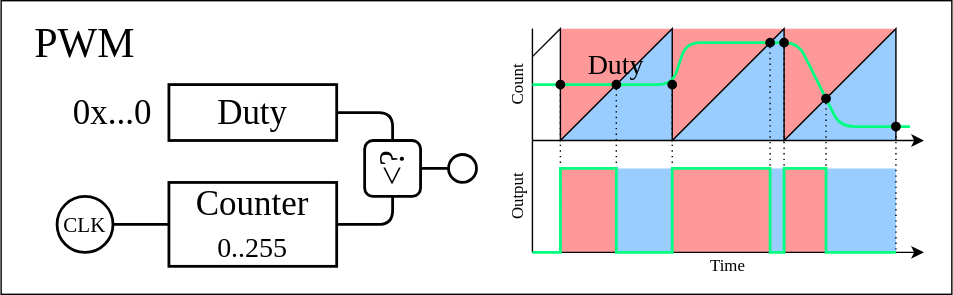
This is .packages/pwm/img/pwm.dio.svg from NextMicon/template-tinyfpga, a draw.io export, as it was before one commit. Source tidied: cells renumbered, new cells last; positions are measured from the earlier drawing's top-left corner, leaving out a move shared by most shapes. The source it was exported from:
```xml
<mxGraphModel>
  <root>
    <mxCell id="0" />
    <mxCell id="1" parent="0" />
    <mxCell id="2" style="rounded=0;whiteSpace=wrap;html=1;fillColor=default;" parent="1" vertex="1">
      <mxGeometry width="680" height="210" as="geometry" />
    </mxCell>
    <mxCell id="3" style="rounded=0;whiteSpace=wrap;html=1;strokeWidth=1;fontFamily=Lucida Console;fillColor=#99CCFF;fontColor=#ffffff;strokeColor=none;" parent="1" vertex="1">
      <mxGeometry x="440" y="120" width="40" height="60" as="geometry" />
    </mxCell>
    <mxCell id="4" style="rounded=0;whiteSpace=wrap;html=1;strokeWidth=1;fontFamily=Lucida Console;fillColor=#99CCFF;fontColor=#ffffff;strokeColor=none;" parent="1" vertex="1">
      <mxGeometry x="590" y="120" width="50" height="60" as="geometry" />
    </mxCell>
    <mxCell id="5" style="rounded=0;whiteSpace=wrap;html=1;strokeWidth=1;fontFamily=Lucida Console;fillColor=#99CCFF;fontColor=#ffffff;strokeColor=none;" parent="1" vertex="1">
      <mxGeometry x="550" y="120" width="10" height="60" as="geometry" />
    </mxCell>
    <mxCell id="6" style="verticalLabelPosition=bottom;verticalAlign=top;html=1;shape=mxgraph.basic.orthogonal_triangle;strokeWidth=1;fontFamily=Lucida Console;fontSize=18;fontColor=#FF0000;fillColor=#99CCFF;direction=north;strokeColor=none;" parent="1" vertex="1">
      <mxGeometry x="560" y="20" width="80" height="80" as="geometry" />
    </mxCell>
    <mxCell id="7" style="verticalLabelPosition=bottom;verticalAlign=top;html=1;shape=mxgraph.basic.orthogonal_triangle;strokeWidth=1;fontFamily=Lucida Console;fontSize=18;fontColor=#FF0000;fillColor=#99CCFF;direction=north;strokeColor=none;" parent="1" vertex="1">
      <mxGeometry x="480" y="20" width="80" height="80" as="geometry" />
    </mxCell>
    <mxCell id="8" style="verticalLabelPosition=bottom;verticalAlign=top;html=1;shape=mxgraph.basic.orthogonal_triangle;strokeWidth=1;fontFamily=Lucida Console;fontSize=18;fontColor=#FF0000;fillColor=#99CCFF;direction=north;strokeColor=none;" parent="1" vertex="1">
      <mxGeometry x="400" y="20" width="80" height="80" as="geometry" />
    </mxCell>
    <mxCell id="9" style="verticalLabelPosition=bottom;verticalAlign=top;html=1;shape=mxgraph.basic.orthogonal_triangle;strokeWidth=1;fontFamily=Lucida Console;fontSize=18;fontColor=#FF0000;fillColor=#FF9999;direction=south;strokeColor=none;" parent="1" vertex="1">
      <mxGeometry x="560" y="20" width="80" height="80" as="geometry" />
    </mxCell>
    <mxCell id="10" style="verticalLabelPosition=bottom;verticalAlign=top;html=1;shape=mxgraph.basic.orthogonal_triangle;strokeWidth=1;fontFamily=Lucida Console;fontSize=18;fontColor=#FF0000;fillColor=#FF9999;direction=south;strokeColor=none;" parent="1" vertex="1">
      <mxGeometry x="480" y="20" width="80" height="80" as="geometry" />
    </mxCell>
    <mxCell id="11" style="verticalLabelPosition=bottom;verticalAlign=top;html=1;shape=mxgraph.basic.orthogonal_triangle;strokeWidth=1;fontFamily=Lucida Console;fontSize=18;fontColor=#FF0000;fillColor=#FF9999;direction=south;strokeColor=none;" parent="1" vertex="1">
      <mxGeometry x="400" y="20" width="80" height="80" as="geometry" />
    </mxCell>
    <mxCell id="12" style="rounded=0;whiteSpace=wrap;html=1;strokeWidth=1;fontFamily=Lucida Console;fillColor=#FF9999;fontColor=#ffffff;strokeColor=none;" parent="1" vertex="1">
      <mxGeometry x="560" y="120" width="30" height="60" as="geometry" />
    </mxCell>
    <mxCell id="13" style="rounded=0;whiteSpace=wrap;html=1;strokeWidth=1;fontFamily=Lucida Console;fillColor=#FF9999;fontColor=#ffffff;strokeColor=none;" parent="1" vertex="1">
      <mxGeometry x="480" y="120" width="70" height="60" as="geometry" />
    </mxCell>
    <mxCell id="14" style="rounded=0;whiteSpace=wrap;html=1;strokeWidth=1;fontFamily=Lucida Console;fillColor=#FF9999;fontColor=#ffffff;strokeColor=none;" parent="1" vertex="1">
      <mxGeometry x="400" y="120" width="40" height="60" as="geometry" />
    </mxCell>
    <mxCell id="15" value="PWM" style="text;html=1;strokeColor=none;fillColor=none;align=center;verticalAlign=middle;whiteSpace=wrap;rounded=0;fontSize=30;fontFamily=Lucida Console;" parent="1" vertex="1">
      <mxGeometry y="10" width="120" height="40" as="geometry" />
    </mxCell>
    <mxCell id="16" value="0x...0" style="text;html=1;strokeColor=none;fillColor=none;align=right;verticalAlign=middle;whiteSpace=wrap;rounded=0;fontSize=25;fontFamily=Lucida Console;" parent="1" vertex="1">
      <mxGeometry x="20" y="60" width="90" height="40" as="geometry" />
    </mxCell>
    <mxCell id="17" value="Duty" style="rounded=0;whiteSpace=wrap;html=1;strokeWidth=2;fontFamily=Lucida Console;fontSize=25;fillColor=default;" parent="1" vertex="1">
      <mxGeometry x="120" y="60" width="120" height="40" as="geometry" />
    </mxCell>
    <mxCell id="18" value="Counter&lt;br&gt;&lt;font style=&quot;font-size: 20px;&quot;&gt;0..255&lt;/font&gt;" style="rounded=0;whiteSpace=wrap;html=1;strokeWidth=2;fontFamily=Lucida Console;fontSize=25;fillColor=default;" parent="1" vertex="1">
      <mxGeometry x="120" y="130" width="120" height="60" as="geometry" />
    </mxCell>
    <mxCell id="19" value="CLK" style="ellipse;whiteSpace=wrap;html=1;strokeWidth=2;fontSize=15;fillColor=default;fontFamily=Lucida Console;" parent="1" vertex="1">
      <mxGeometry x="40" y="140" width="40" height="40" as="geometry" />
    </mxCell>
    <mxCell id="20" style="endArrow=none;html=1;rounded=0;strokeWidth=2;fontSize=25;endFill=0;" parent="1" edge="1">
      <mxGeometry relative="1" as="geometry">
        <mxPoint x="80" y="160" as="sourcePoint" />
        <mxPoint x="120" y="160" as="targetPoint" />
      </mxGeometry>
    </mxCell>
    <mxCell id="21" style="endArrow=none;startArrow=none;html=1;fontSize=25;strokeWidth=2;startFill=0;endFill=0;" parent="1" edge="1">
      <mxGeometry relative="1" as="geometry">
        <mxPoint x="300" y="120" as="sourcePoint" />
        <mxPoint x="330" y="120" as="targetPoint" />
      </mxGeometry>
    </mxCell>
    <mxCell id="22" style="ellipse;whiteSpace=wrap;html=1;strokeWidth=2;fontSize=25;" parent="1" vertex="1">
      <mxGeometry x="320" y="110" width="20" height="20" as="geometry" />
    </mxCell>
    <mxCell id="23" style="rounded=1;whiteSpace=wrap;html=1;fontFamily=Lucida Console;fontSize=25;fontColor=default;align=center;strokeColor=default;strokeWidth=2;fillColor=default;" parent="1" vertex="1">
      <mxGeometry x="260" y="100" width="40" height="40" as="geometry" />
    </mxCell>
    <mxCell id="24" style="endArrow=none;html=1;rounded=1;strokeWidth=2;fontFamily=Lucida Console;fontSize=25;" parent="1" edge="1">
      <mxGeometry relative="1" as="geometry">
        <mxPoint x="240" y="80" as="sourcePoint" />
        <mxPoint x="280" y="100" as="targetPoint" />
        <Array as="points">
          <mxPoint x="280" y="80" />
        </Array>
      </mxGeometry>
    </mxCell>
    <mxCell id="25" style="endArrow=none;html=1;rounded=1;strokeWidth=2;fontFamily=Lucida Console;fontSize=25;" parent="1" edge="1">
      <mxGeometry relative="1" as="geometry">
        <mxPoint x="240" y="160" as="sourcePoint" />
        <mxPoint x="280" y="140" as="targetPoint" />
        <Array as="points">
          <mxPoint x="280" y="160" />
        </Array>
      </mxGeometry>
    </mxCell>
    <mxCell id="26" style="endArrow=none;html=1;rounded=0;" parent="1" edge="1">
      <mxGeometry relative="1" as="geometry">
        <mxPoint x="380" y="40" as="sourcePoint" />
        <mxPoint x="640" y="100" as="targetPoint" />
        <Array as="points">
          <mxPoint x="400" y="20" />
          <mxPoint x="400" y="100" />
          <mxPoint x="480" y="20" />
          <mxPoint x="480" y="100" />
          <mxPoint x="560" y="20" />
          <mxPoint x="560" y="100" />
          <mxPoint x="640" y="20" />
        </Array>
      </mxGeometry>
    </mxCell>
    <mxCell id="27" style="endArrow=none;html=1;rounded=0;endFill=0;" parent="1" edge="1">
      <mxGeometry relative="1" as="geometry">
        <mxPoint x="380" y="100" as="sourcePoint" />
        <mxPoint x="380" y="20" as="targetPoint" />
      </mxGeometry>
    </mxCell>
    <mxCell id="28" value="Count" style="text;html=1;strokeColor=none;fillColor=none;align=center;verticalAlign=middle;whiteSpace=wrap;rounded=0;strokeWidth=2;fontFamily=Lucida Console;rotation=270;" parent="1" vertex="1">
      <mxGeometry x="350" y="50" width="40" height="20" as="geometry" />
    </mxCell>
    <mxCell id="29" style="endArrow=classic;html=1;rounded=0;" parent="1" edge="1">
      <mxGeometry relative="1" as="geometry">
        <mxPoint x="380" y="180" as="sourcePoint" />
        <mxPoint x="660" y="180" as="targetPoint" />
      </mxGeometry>
    </mxCell>
    <mxCell id="30" value="Time" style="text;html=1;strokeColor=none;fillColor=none;align=center;verticalAlign=middle;whiteSpace=wrap;rounded=0;strokeWidth=2;fontFamily=Lucida Console;" parent="1" vertex="1">
      <mxGeometry x="500" y="180" width="40" height="20" as="geometry" />
    </mxCell>
    <mxCell id="31" style="endArrow=none;html=1;rounded=0;endFill=0;" parent="1" edge="1">
      <mxGeometry relative="1" as="geometry">
        <mxPoint x="380" y="180" as="sourcePoint" />
        <mxPoint x="380" y="100" as="targetPoint" />
      </mxGeometry>
    </mxCell>
    <mxCell id="32" value="Output" style="text;html=1;strokeColor=none;fillColor=none;align=center;verticalAlign=middle;whiteSpace=wrap;rounded=0;strokeWidth=2;fontFamily=Lucida Console;rotation=270;" parent="1" vertex="1">
      <mxGeometry x="350" y="130" width="40" height="20" as="geometry" />
    </mxCell>
    <mxCell id="33" style="endArrow=classic;html=1;rounded=0;" parent="1" edge="1">
      <mxGeometry relative="1" as="geometry">
        <mxPoint x="380" y="100" as="sourcePoint" />
        <mxPoint x="660" y="100" as="targetPoint" />
      </mxGeometry>
    </mxCell>
    <mxCell id="34" style="endArrow=none;html=1;strokeWidth=2;fontFamily=Lucida Console;rounded=1;fillColor=#d80073;strokeColor=#00FF80;" parent="1" edge="1">
      <mxGeometry relative="1" as="geometry">
        <mxPoint x="380" y="60" as="sourcePoint" />
        <mxPoint x="650" y="90" as="targetPoint" />
        <Array as="points">
          <mxPoint x="480" y="60" />
          <mxPoint x="490" y="30" />
          <mxPoint x="570" y="30" />
          <mxPoint x="600" y="90" />
        </Array>
      </mxGeometry>
    </mxCell>
    <mxCell id="35" style="endArrow=none;dashed=1;html=1;dashPattern=1 3;strokeWidth=1;rounded=0;fontFamily=Lucida Console;startArrow=oval;startFill=1;" parent="1" edge="1">
      <mxGeometry relative="1" as="geometry">
        <mxPoint x="400" y="60" as="sourcePoint" />
        <mxPoint x="400" y="180" as="targetPoint" />
      </mxGeometry>
    </mxCell>
    <mxCell id="36" style="endArrow=none;dashed=1;html=1;dashPattern=1 3;strokeWidth=1;rounded=0;fontFamily=Lucida Console;startArrow=oval;startFill=1;" parent="1" edge="1">
      <mxGeometry relative="1" as="geometry">
        <mxPoint x="440" y="60" as="sourcePoint" />
        <mxPoint x="440" y="180" as="targetPoint" />
      </mxGeometry>
    </mxCell>
    <mxCell id="37" style="endArrow=none;dashed=1;html=1;dashPattern=1 3;strokeWidth=1;rounded=0;fontFamily=Lucida Console;startArrow=oval;startFill=1;" parent="1" edge="1">
      <mxGeometry relative="1" as="geometry">
        <mxPoint x="480" y="60" as="sourcePoint" />
        <mxPoint x="480" y="180" as="targetPoint" />
      </mxGeometry>
    </mxCell>
    <mxCell id="38" style="endArrow=none;dashed=1;html=1;dashPattern=1 3;strokeWidth=1;rounded=0;fontFamily=Lucida Console;startArrow=oval;startFill=1;" parent="1" edge="1">
      <mxGeometry relative="1" as="geometry">
        <mxPoint x="550" y="30" as="sourcePoint" />
        <mxPoint x="550" y="180" as="targetPoint" />
      </mxGeometry>
    </mxCell>
    <mxCell id="39" style="endArrow=none;dashed=1;html=1;dashPattern=1 3;strokeWidth=1;rounded=0;fontFamily=Lucida Console;startArrow=oval;startFill=1;" parent="1" edge="1">
      <mxGeometry relative="1" as="geometry">
        <mxPoint x="560" y="30" as="sourcePoint" />
        <mxPoint x="560" y="180" as="targetPoint" />
      </mxGeometry>
    </mxCell>
    <mxCell id="40" style="endArrow=none;dashed=1;html=1;dashPattern=1 3;strokeWidth=1;rounded=0;fontFamily=Lucida Console;startArrow=oval;startFill=1;" parent="1" edge="1">
      <mxGeometry relative="1" as="geometry">
        <mxPoint x="640" y="90" as="sourcePoint" />
        <mxPoint x="640" y="180" as="targetPoint" />
      </mxGeometry>
    </mxCell>
    <mxCell id="41" style="endArrow=none;dashed=1;html=1;dashPattern=1 3;strokeWidth=1;rounded=0;fontFamily=Lucida Console;startArrow=oval;startFill=1;" parent="1" edge="1">
      <mxGeometry relative="1" as="geometry">
        <mxPoint x="590" y="70" as="sourcePoint" />
        <mxPoint x="590" y="180" as="targetPoint" />
      </mxGeometry>
    </mxCell>
    <mxCell id="42" style="endArrow=none;html=1;strokeWidth=2;fontFamily=Lucida Console;rounded=0;fillColor=#d80073;strokeColor=#00FF80;" parent="1" edge="1">
      <mxGeometry relative="1" as="geometry">
        <mxPoint x="380" y="180" as="sourcePoint" />
        <mxPoint x="640" y="180" as="targetPoint" />
        <Array as="points">
          <mxPoint x="400" y="180" />
          <mxPoint x="400" y="120" />
          <mxPoint x="440" y="120" />
          <mxPoint x="440" y="180" />
          <mxPoint x="480" y="180" />
          <mxPoint x="480" y="120" />
          <mxPoint x="550" y="120" />
          <mxPoint x="550" y="180" />
          <mxPoint x="560" y="180" />
          <mxPoint x="560" y="120" />
          <mxPoint x="590" y="120" />
          <mxPoint x="590" y="180" />
        </Array>
      </mxGeometry>
    </mxCell>
    <mxCell id="43" value="&amp;lt;?" style="text;html=1;strokeColor=none;fillColor=none;align=center;verticalAlign=middle;whiteSpace=wrap;rounded=0;strokeWidth=2;fontFamily=Lucida Console;rotation=270;fontSize=25;" parent="1" vertex="1">
      <mxGeometry x="260" y="100" width="40" height="40" as="geometry" />
    </mxCell>
    <mxCell id="44" value="Duty" style="text;html=1;strokeColor=none;fillColor=none;align=center;verticalAlign=middle;whiteSpace=wrap;rounded=0;strokeWidth=2;fontFamily=Lucida Console;rotation=0;fontSize=20;" parent="1" vertex="1">
      <mxGeometry x="410" y="30" width="60" height="30" as="geometry" />
    </mxCell>
  </root>
</mxGraphModel>
```
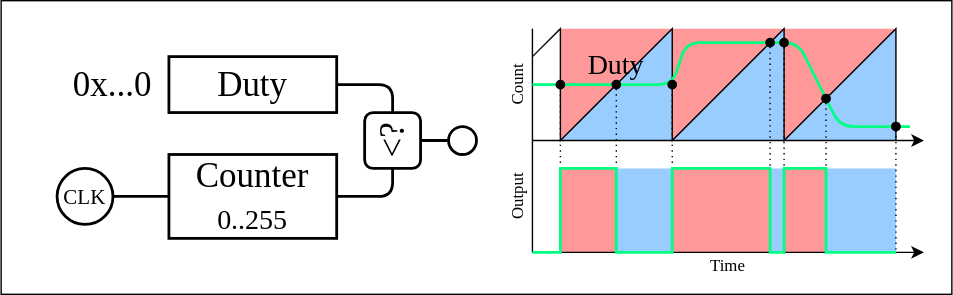
The same file after the commit.

The edit, as a diff of the source:
```diff
@@ -41,54 +41,51 @@
     <mxCell id="14" style="rounded=0;whiteSpace=wrap;html=1;strokeWidth=1;fontFamily=Lucida Console;fillColor=#FF9999;fontColor=#ffffff;strokeColor=none;" parent="1" vertex="1">
       <mxGeometry x="400" y="120" width="40" height="60" as="geometry" />
     </mxCell>
-    <mxCell id="15" value="PWM" style="text;html=1;strokeColor=none;fillColor=none;align=center;verticalAlign=middle;whiteSpace=wrap;rounded=0;fontSize=30;fontFamily=Lucida Console;" parent="1" vertex="1">
-      <mxGeometry y="10" width="120" height="40" as="geometry" />
-    </mxCell>
     <mxCell id="16" value="0x...0" style="text;html=1;strokeColor=none;fillColor=none;align=right;verticalAlign=middle;whiteSpace=wrap;rounded=0;fontSize=25;fontFamily=Lucida Console;" parent="1" vertex="1">
-      <mxGeometry x="20" y="60" width="90" height="40" as="geometry" />
+      <mxGeometry x="20" y="40" width="90" height="40" as="geometry" />
     </mxCell>
     <mxCell id="17" value="Duty" style="rounded=0;whiteSpace=wrap;html=1;strokeWidth=2;fontFamily=Lucida Console;fontSize=25;fillColor=default;" parent="1" vertex="1">
-      <mxGeometry x="120" y="60" width="120" height="40" as="geometry" />
+      <mxGeometry x="120" y="40" width="120" height="40" as="geometry" />
     </mxCell>
     <mxCell id="18" value="Counter&lt;br&gt;&lt;font style=&quot;font-size: 20px;&quot;&gt;0..255&lt;/font&gt;" style="rounded=0;whiteSpace=wrap;html=1;strokeWidth=2;fontFamily=Lucida Console;fontSize=25;fillColor=default;" parent="1" vertex="1">
-      <mxGeometry x="120" y="130" width="120" height="60" as="geometry" />
+      <mxGeometry x="120" y="110" width="120" height="60" as="geometry" />
     </mxCell>
     <mxCell id="19" value="CLK" style="ellipse;whiteSpace=wrap;html=1;strokeWidth=2;fontSize=15;fillColor=default;fontFamily=Lucida Console;" parent="1" vertex="1">
-      <mxGeometry x="40" y="140" width="40" height="40" as="geometry" />
+      <mxGeometry x="40" y="120" width="40" height="40" as="geometry" />
     </mxCell>
     <mxCell id="20" style="endArrow=none;html=1;rounded=0;strokeWidth=2;fontSize=25;endFill=0;" parent="1" edge="1">
       <mxGeometry relative="1" as="geometry">
-        <mxPoint x="80" y="160" as="sourcePoint" />
-        <mxPoint x="120" y="160" as="targetPoint" />
+        <mxPoint x="80" y="140" as="sourcePoint" />
+        <mxPoint x="120" y="140" as="targetPoint" />
       </mxGeometry>
     </mxCell>
     <mxCell id="21" style="endArrow=none;startArrow=none;html=1;fontSize=25;strokeWidth=2;startFill=0;endFill=0;" parent="1" edge="1">
       <mxGeometry relative="1" as="geometry">
-        <mxPoint x="300" y="120" as="sourcePoint" />
-        <mxPoint x="330" y="120" as="targetPoint" />
+        <mxPoint x="300" y="100" as="sourcePoint" />
+        <mxPoint x="330" y="100" as="targetPoint" />
       </mxGeometry>
     </mxCell>
     <mxCell id="22" style="ellipse;whiteSpace=wrap;html=1;strokeWidth=2;fontSize=25;" parent="1" vertex="1">
-      <mxGeometry x="320" y="110" width="20" height="20" as="geometry" />
+      <mxGeometry x="320" y="90" width="20" height="20" as="geometry" />
     </mxCell>
     <mxCell id="23" style="rounded=1;whiteSpace=wrap;html=1;fontFamily=Lucida Console;fontSize=25;fontColor=default;align=center;strokeColor=default;strokeWidth=2;fillColor=default;" parent="1" vertex="1">
-      <mxGeometry x="260" y="100" width="40" height="40" as="geometry" />
+      <mxGeometry x="260" y="80" width="40" height="40" as="geometry" />
     </mxCell>
     <mxCell id="24" style="endArrow=none;html=1;rounded=1;strokeWidth=2;fontFamily=Lucida Console;fontSize=25;" parent="1" edge="1">
       <mxGeometry relative="1" as="geometry">
-        <mxPoint x="240" y="80" as="sourcePoint" />
-        <mxPoint x="280" y="100" as="targetPoint" />
+        <mxPoint x="240" y="60" as="sourcePoint" />
+        <mxPoint x="280" y="80" as="targetPoint" />
         <Array as="points">
-          <mxPoint x="280" y="80" />
+          <mxPoint x="280" y="60" />
         </Array>
       </mxGeometry>
     </mxCell>
     <mxCell id="25" style="endArrow=none;html=1;rounded=1;strokeWidth=2;fontFamily=Lucida Console;fontSize=25;" parent="1" edge="1">
       <mxGeometry relative="1" as="geometry">
-        <mxPoint x="240" y="160" as="sourcePoint" />
-        <mxPoint x="280" y="140" as="targetPoint" />
+        <mxPoint x="240" y="140" as="sourcePoint" />
+        <mxPoint x="280" y="120" as="targetPoint" />
         <Array as="points">
-          <mxPoint x="280" y="160" />
+          <mxPoint x="280" y="140" />
         </Array>
       </mxGeometry>
     </mxCell>
@@ -215,7 +212,7 @@
       </mxGeometry>
     </mxCell>
     <mxCell id="43" value="&amp;lt;?" style="text;html=1;strokeColor=none;fillColor=none;align=center;verticalAlign=middle;whiteSpace=wrap;rounded=0;strokeWidth=2;fontFamily=Lucida Console;rotation=270;fontSize=25;" parent="1" vertex="1">
-      <mxGeometry x="260" y="100" width="40" height="40" as="geometry" />
+      <mxGeometry x="260" y="80" width="40" height="40" as="geometry" />
     </mxCell>
     <mxCell id="44" value="Duty" style="text;html=1;strokeColor=none;fillColor=none;align=center;verticalAlign=middle;whiteSpace=wrap;rounded=0;strokeWidth=2;fontFamily=Lucida Console;rotation=0;fontSize=20;" parent="1" vertex="1">
       <mxGeometry x="410" y="30" width="60" height="30" as="geometry" />
```
